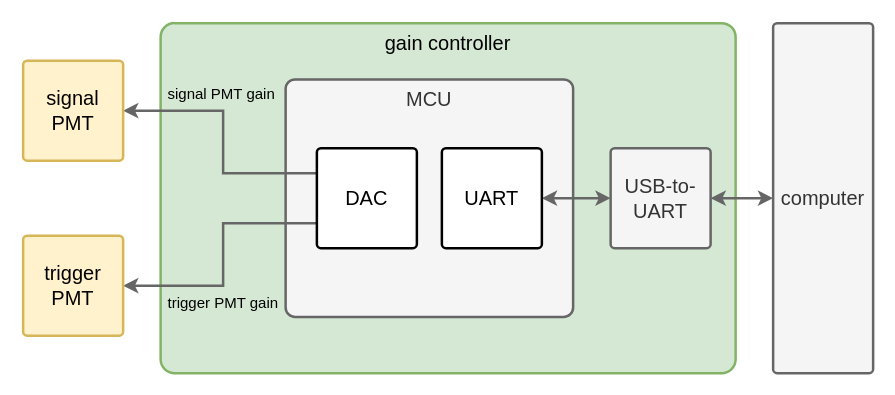
BMW-lab-MSU/wingbeat-modulation-lidar-pmt-gain-controller keeps this draw.io diagram as docs/system-architecture.drawio. Above is the earlier version. Source tidied: cells renumbered, new cells numbered last; positions are measured from the earlier drawing's top-left corner, leaving out a move shared by most shapes. Both pictures are drawn from the tidied source at 125%, with x=0, y=0 at pixel (22, 22).
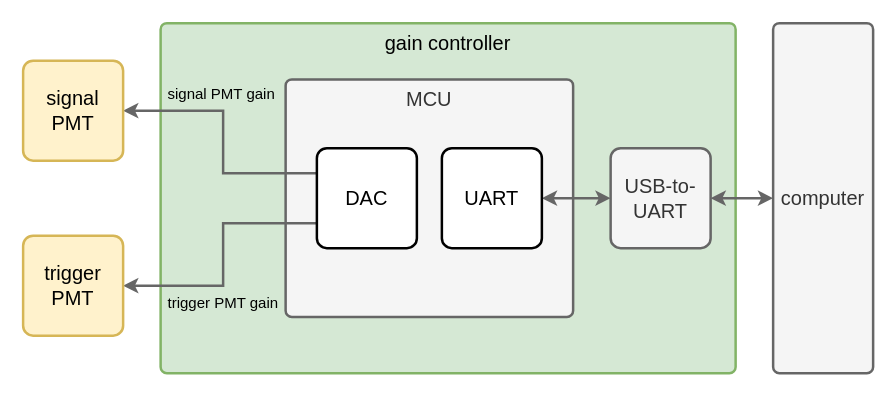
The same page after the edit.

Commit message (it also covers changes not shown here):
use absolute arc size in diagram

Change to the diagram source:
```diff
@@
 <mxGraphModel>
   <root>
     <mxCell id="0" />
     <mxCell id="1" parent="0" />
-    <mxCell id="2" value="gain controller" style="rounded=1;whiteSpace=wrap;html=1;verticalAlign=top;strokeWidth=2;fontFamily=Helvetica;arcSize=4;fontSize=16;fontStyle=0;fillColor=#d5e8d4;strokeColor=#82b366;" parent="1" vertex="1">
+    <mxCell id="2" value="gain controller" style="rounded=1;whiteSpace=wrap;html=1;verticalAlign=top;strokeWidth=2;fontFamily=Helvetica;arcSize=10;fontSize=16;fontStyle=0;fillColor=#d5e8d4;strokeColor=#82b366;absoluteArcSize=1;" parent="1" vertex="1">
       <mxGeometry x="110" width="460" height="280" as="geometry" />
     </mxCell>
-    <mxCell id="3" value="MCU" style="rounded=1;whiteSpace=wrap;html=1;labelPosition=center;verticalLabelPosition=middle;align=center;verticalAlign=top;strokeWidth=2;fontFamily=Helvetica;arcSize=4;fontSize=16;fontStyle=0;fillColor=#f5f5f5;strokeColor=#666666;fontColor=#333333;" parent="1" vertex="1">
+    <mxCell id="3" value="MCU" style="rounded=1;whiteSpace=wrap;html=1;labelPosition=center;verticalLabelPosition=middle;align=center;verticalAlign=top;strokeWidth=2;fontFamily=Helvetica;arcSize=10;fontSize=16;fontStyle=0;fillColor=#f5f5f5;strokeColor=#666666;fontColor=#333333;absoluteArcSize=1;" parent="1" vertex="1">
       <mxGeometry x="210" y="45" width="230" height="190" as="geometry" />
     </mxCell>
-    <mxCell id="4" style="edgeStyle=orthogonalEdgeStyle;rounded=0;jettySize=auto;html=1;exitX=0;exitY=0.5;exitDx=0;exitDy=0;entryX=1;entryY=0.5;entryDx=0;entryDy=0;startArrow=classic;startFill=1;strokeWidth=2;fontFamily=Helvetica;arcSize=4;fontSize=12;strokeColor=#666666;" parent="1" edge="1" source="5" target="11">
+    <mxCell id="4" style="edgeStyle=orthogonalEdgeStyle;rounded=0;jettySize=auto;html=1;exitX=0;exitY=0.5;exitDx=0;exitDy=0;entryX=1;entryY=0.5;entryDx=0;entryDy=0;startArrow=classic;startFill=1;strokeWidth=2;fontFamily=Helvetica;arcSize=10;fontSize=12;strokeColor=#666666;" parent="1" edge="1" source="5" target="11">
       <mxGeometry relative="1" as="geometry" />
     </mxCell>
-    <mxCell id="5" value="USB-to-UART" style="rounded=1;whiteSpace=wrap;html=1;strokeWidth=2;fontFamily=Helvetica;arcSize=4;fontSize=16;fontStyle=0;fillColor=#f5f5f5;fontColor=#333333;strokeColor=#666666;" parent="1" vertex="1">
+    <mxCell id="5" value="USB-to-UART" style="rounded=1;whiteSpace=wrap;html=1;strokeWidth=2;fontFamily=Helvetica;arcSize=10;fontSize=16;fontStyle=0;fillColor=#f5f5f5;fontColor=#333333;strokeColor=#666666;" parent="1" vertex="1">
       <mxGeometry x="470" y="100" width="80" height="80" as="geometry" />
     </mxCell>
-    <mxCell id="6" style="edgeStyle=orthogonalEdgeStyle;rounded=0;jettySize=auto;html=1;exitX=0;exitY=0.5;exitDx=0;exitDy=0;entryX=1;entryY=0.5;entryDx=0;entryDy=0;labelBackgroundColor=none;startArrow=classic;startFill=1;strokeWidth=2;fontFamily=Helvetica;arcSize=4;fontSize=12;strokeColor=#666666;" parent="1" edge="1" source="7" target="5">
+    <mxCell id="6" style="edgeStyle=orthogonalEdgeStyle;rounded=0;jettySize=auto;html=1;exitX=0;exitY=0.5;exitDx=0;exitDy=0;entryX=1;entryY=0.5;entryDx=0;entryDy=0;labelBackgroundColor=none;startArrow=classic;startFill=1;strokeWidth=2;fontFamily=Helvetica;arcSize=10;fontSize=12;strokeColor=#666666;" parent="1" edge="1" source="7" target="5">
       <mxGeometry relative="1" as="geometry" />
     </mxCell>
-    <mxCell id="7" value="computer" style="rounded=1;whiteSpace=wrap;html=1;strokeWidth=2;fontFamily=Helvetica;arcSize=4;fontSize=16;fontStyle=0;fillColor=#f5f5f5;fontColor=#333333;strokeColor=#666666;" parent="1" vertex="1">
+    <mxCell id="7" value="computer" style="rounded=1;whiteSpace=wrap;html=1;strokeWidth=2;fontFamily=Helvetica;arcSize=10;fontSize=16;fontStyle=0;fillColor=#f5f5f5;fontColor=#333333;strokeColor=#666666;absoluteArcSize=1;" parent="1" vertex="1">
       <mxGeometry x="600" width="80" height="280" as="geometry" />
     </mxCell>
-    <mxCell id="8" value="signal PMT gain" style="edgeStyle=orthogonalEdgeStyle;rounded=0;jettySize=auto;html=1;exitX=0;exitY=0.25;exitDx=0;exitDy=0;startArrow=none;startFill=0;align=left;labelPosition=left;verticalLabelPosition=top;verticalAlign=bottom;spacingRight=4;labelBackgroundColor=none;spacingBottom=4;strokeWidth=2;fontFamily=Helvetica;arcSize=4;fontSize=12;strokeColor=#666666;spacingLeft=4;entryX=1;entryY=0.5;entryDx=0;entryDy=0;" parent="1" edge="1" source="10" target="12">
+    <mxCell id="8" value="signal PMT gain" style="edgeStyle=orthogonalEdgeStyle;rounded=0;jettySize=auto;html=1;exitX=0;exitY=0.25;exitDx=0;exitDy=0;startArrow=none;startFill=0;align=left;labelPosition=left;verticalLabelPosition=top;verticalAlign=bottom;spacingRight=4;labelBackgroundColor=none;spacingBottom=4;strokeWidth=2;fontFamily=Helvetica;arcSize=10;fontSize=12;strokeColor=#666666;spacingLeft=4;entryX=1;entryY=0.5;entryDx=0;entryDy=0;" parent="1" edge="1" source="10" target="12">
       <mxGeometry x="0.71" relative="1" as="geometry">
         <Array as="points">
           <mxPoint x="160" y="120" />
           <mxPoint x="160" y="70" />
         </Array>
       </mxGeometry>
     </mxCell>
-    <mxCell id="9" value="trigger PMT gain" style="edgeStyle=orthogonalEdgeStyle;rounded=0;jettySize=auto;html=1;exitX=0;exitY=0.75;exitDx=0;exitDy=0;startArrow=none;startFill=0;labelPosition=left;verticalLabelPosition=bottom;align=left;verticalAlign=top;spacingRight=4;labelBackgroundColor=none;strokeWidth=2;fontFamily=Helvetica;arcSize=4;fontSize=12;strokeColor=#666666;spacingLeft=4;entryX=1;entryY=0.5;entryDx=0;entryDy=0;" parent="1" edge="1" source="10" target="13">
+    <mxCell id="9" value="trigger PMT gain" style="edgeStyle=orthogonalEdgeStyle;rounded=0;jettySize=auto;html=1;exitX=0;exitY=0.75;exitDx=0;exitDy=0;startArrow=none;startFill=0;labelPosition=left;verticalLabelPosition=bottom;align=left;verticalAlign=top;spacingRight=4;labelBackgroundColor=none;strokeWidth=2;fontFamily=Helvetica;arcSize=10;fontSize=12;strokeColor=#666666;spacingLeft=4;entryX=1;entryY=0.5;entryDx=0;entryDy=0;" parent="1" edge="1" source="10" target="13">
       <mxGeometry x="0.71" relative="1" as="geometry">
         <Array as="points">
           <mxPoint x="160" y="160" />
           <mxPoint x="160" y="210" />
         </Array>
       </mxGeometry>
     </mxCell>
-    <mxCell id="10" value="DAC" style="rounded=1;whiteSpace=wrap;html=1;strokeWidth=2;fontFamily=Helvetica;arcSize=4;fontSize=16;fontStyle=0;" parent="1" vertex="1">
+    <mxCell id="10" value="DAC" style="rounded=1;whiteSpace=wrap;html=1;strokeWidth=2;fontFamily=Helvetica;arcSize=10;fontSize=16;fontStyle=0;" parent="1" vertex="1">
       <mxGeometry x="235" y="100" width="80" height="80" as="geometry" />
     </mxCell>
-    <mxCell id="11" value="UART" style="rounded=1;whiteSpace=wrap;html=1;strokeWidth=2;fontFamily=Helvetica;arcSize=4;fontSize=16;fontStyle=0;" parent="1" vertex="1">
+    <mxCell id="11" value="UART" style="rounded=1;whiteSpace=wrap;html=1;strokeWidth=2;fontFamily=Helvetica;arcSize=10;fontSize=16;fontStyle=0;" parent="1" vertex="1">
       <mxGeometry x="335" y="100" width="80" height="80" as="geometry" />
     </mxCell>
-    <mxCell id="12" value="signal&lt;br&gt;PMT" style="rounded=1;whiteSpace=wrap;html=1;strokeWidth=2;fontFamily=Helvetica;arcSize=4;fontSize=16;fontStyle=0;fillColor=#fff2cc;strokeColor=#d6b656;" parent="1" vertex="1">
+    <mxCell id="12" value="signal&lt;br&gt;PMT" style="rounded=1;whiteSpace=wrap;html=1;strokeWidth=2;fontFamily=Helvetica;arcSize=10;fontSize=16;fontStyle=0;fillColor=#fff2cc;strokeColor=#d6b656;" parent="1" vertex="1">
       <mxGeometry y="30" width="80" height="80" as="geometry" />
     </mxCell>
-    <mxCell id="13" value="trigger&lt;br&gt;PMT" style="rounded=1;whiteSpace=wrap;html=1;strokeWidth=2;fontFamily=Helvetica;arcSize=4;fontSize=16;fontStyle=0;fillColor=#fff2cc;strokeColor=#d6b656;" parent="1" vertex="1">
+    <mxCell id="13" value="trigger&lt;br&gt;PMT" style="rounded=1;whiteSpace=wrap;html=1;strokeWidth=2;fontFamily=Helvetica;arcSize=10;fontSize=16;fontStyle=0;fillColor=#fff2cc;strokeColor=#d6b656;" parent="1" vertex="1">
       <mxGeometry y="170" width="80" height="80" as="geometry" />
     </mxCell>
   </root>
 </mxGraphModel>
```
